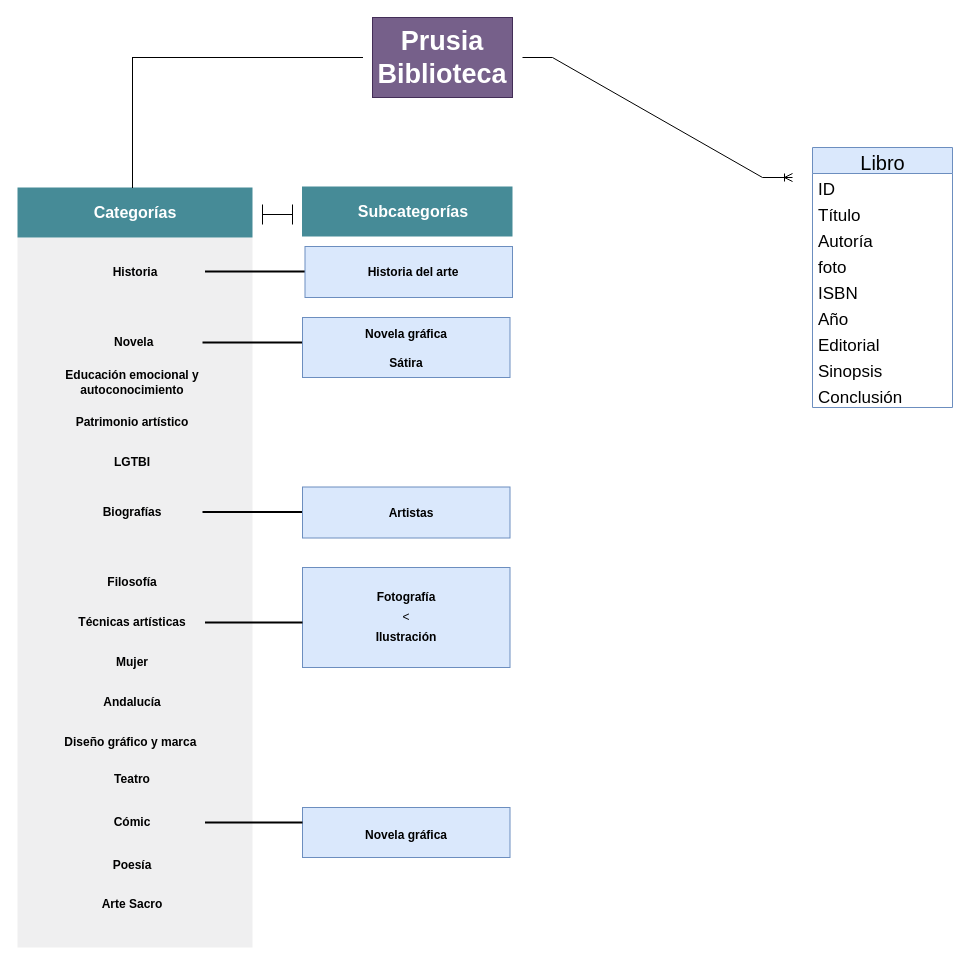
Above: assets/Diagrama categorías prusia biblioteca.drawio in marchuovi/Prusia-Biblioteca (draw.io), before the change. Source tidied: cells renumbered, new cells numbered last; positions are measured from the earlier drawing's top-left corner, leaving out a move shared by most shapes. Both pictures are drawn from the tidied source at 100%, with x=0, y=0 at pixel (17, 17).
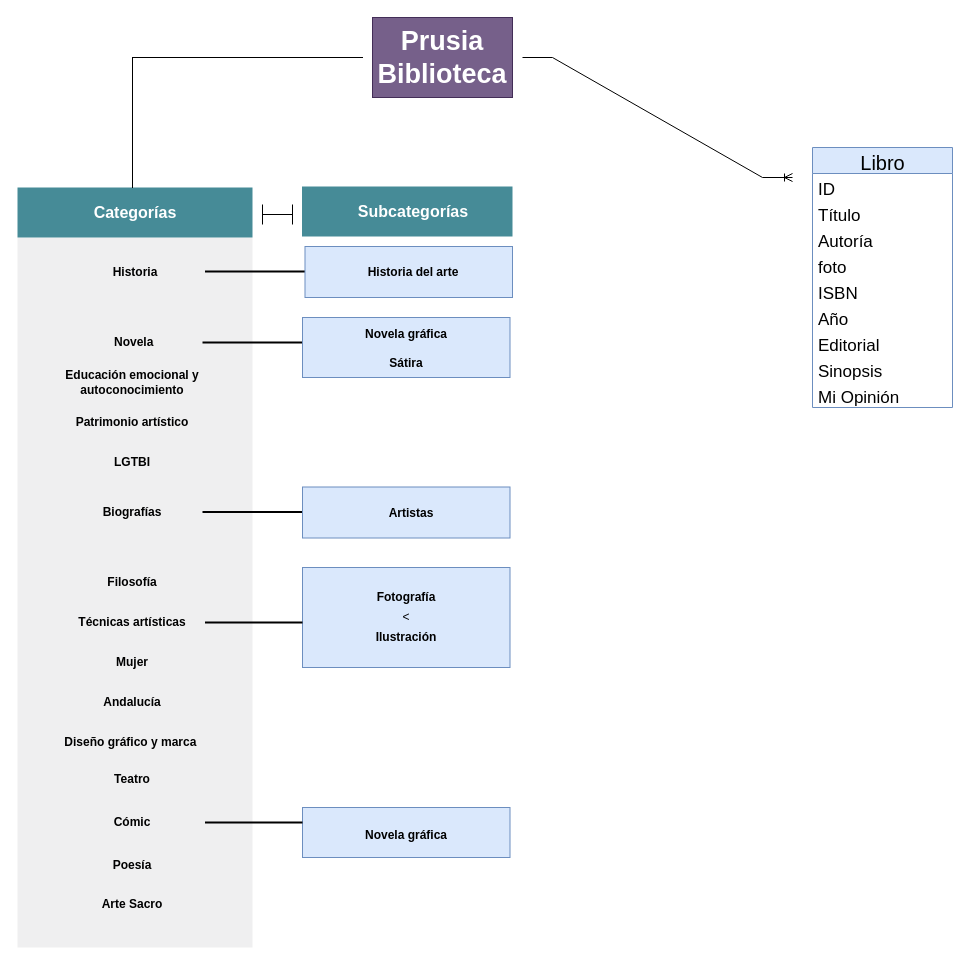
The same page after the edit.

Unchanged cells that the change refers to:
```xml
<mxCell id="43" value="Libro" style="swimlane;fontStyle=0;horizontal=1;startSize=26;fillColor=#dae8fc;html=1;strokeColor=#6c8ebf;fontSize=20;spacing=5;spacingTop=3;" parent="1" vertex="1">
  <mxGeometry x="795" y="130" width="140" height="260" as="geometry" />
</mxCell>
```

Diff of the diagram source:
```diff
@@
-    <mxCell id="52" value="Conclusión" style="text;strokeColor=none;fillColor=none;align=left;verticalAlign=top;spacingLeft=4;spacingRight=4;overflow=hidden;whiteSpace=wrap;html=1;fontSize=17;" parent="43" vertex="1">
+    <mxCell id="52" value="Mi Opinión" style="text;strokeColor=none;fillColor=none;align=left;verticalAlign=top;spacingLeft=4;spacingRight=4;overflow=hidden;whiteSpace=wrap;html=1;fontSize=17;" parent="43" vertex="1">
       <mxGeometry y="234" width="140" height="26" as="geometry" />
     </mxCell>
```
